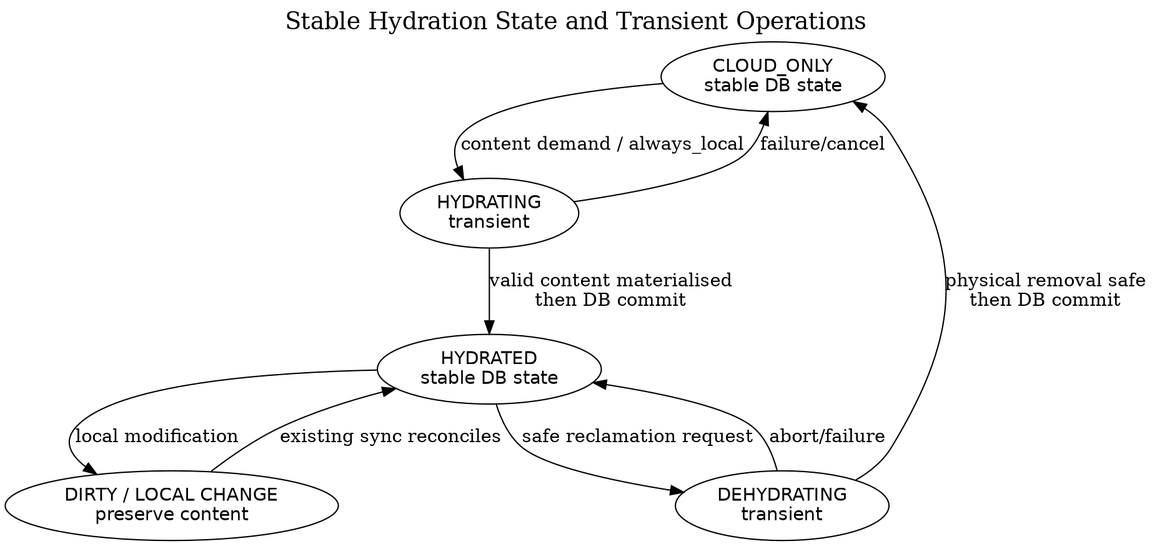
Earlier version of the PlantUML export adr/ADR-001 - FUSE overlay and local storage/images/adr-001-state-machine.png (abraunegg/onedrive). Its source is kept beside it as adr/ADR-001 - FUSE overlay and local storage/plantuml/adr-001-state-machine.puml.
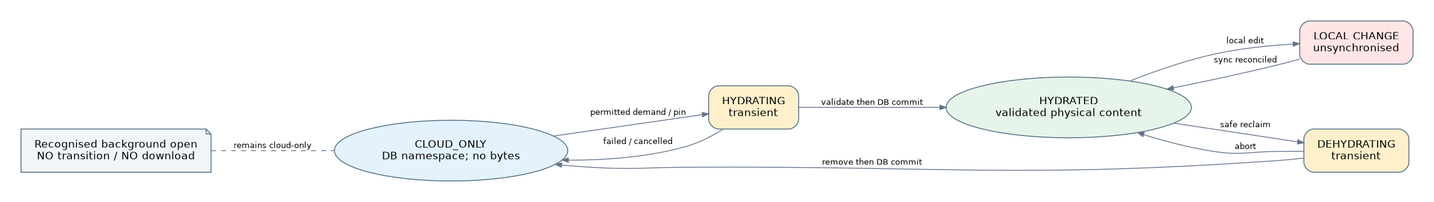
Later version of the same file.

Diff of the diagram source:
```diff
@@ -9,7 +9,7 @@
 state "LOCAL CHANGE\nphysical content must be preserved" as Dirty
 
 [*] --> Cloud : remote item recorded\non-demand, no local requirement
-Cloud --> Hydrating : content demand / always_local
+Cloud --> Hydrating : permitted content demand / always_local
 Hydrating --> Hydrated : validated content materialised\nthen stable DB state committed
 Hydrating --> Cloud : failure / cancellation\nno valid final backing file
 
@@ -20,6 +20,11 @@
 Dehydrating --> Cloud : physical removal safe\nthen stable DB state committed
 Dehydrating --> Hydrated : abort/failure\npreserve content
 
+note left of Cloud
+Blocked background indexer/thumbnailer open:
+no Graph request and no state transition.
+end note
+
 note right of Dirty
 Dirty is not a candidate for
 automatic dehydration.
```
